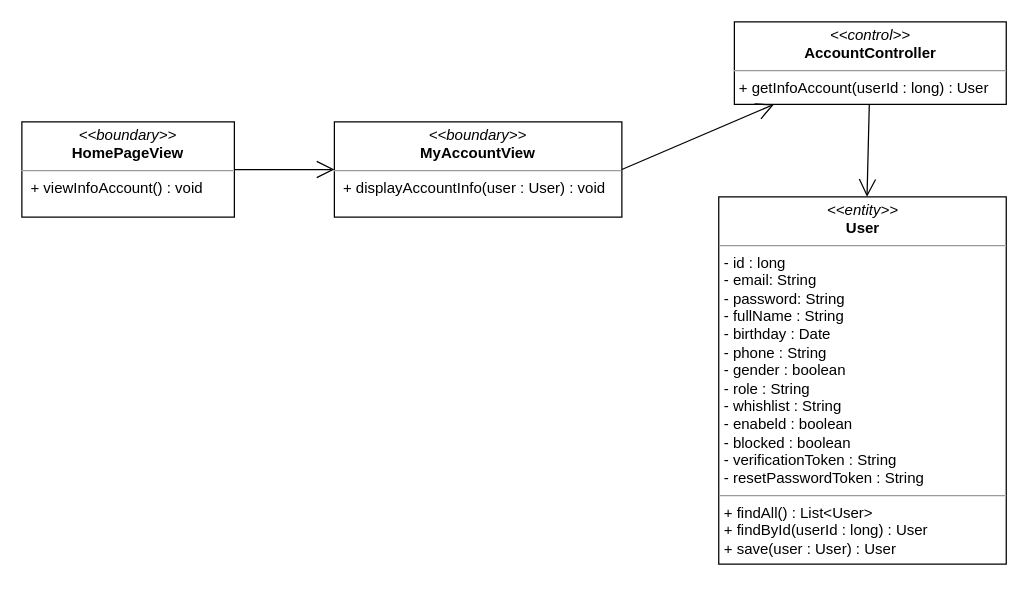
nguyenphamvan/datn_20202 keeps this draw.io diagram as class diagram/get-InfoAccount-class-diagram.drawio. Above is the earlier version. Source tidied: cells renumbered, new cells numbered last; positions are measured from the earlier drawing's top-left corner, leaving out a move shared by most shapes. Both pictures are drawn from the tidied source at 125%, with x=0, y=0 at pixel (21, 21).
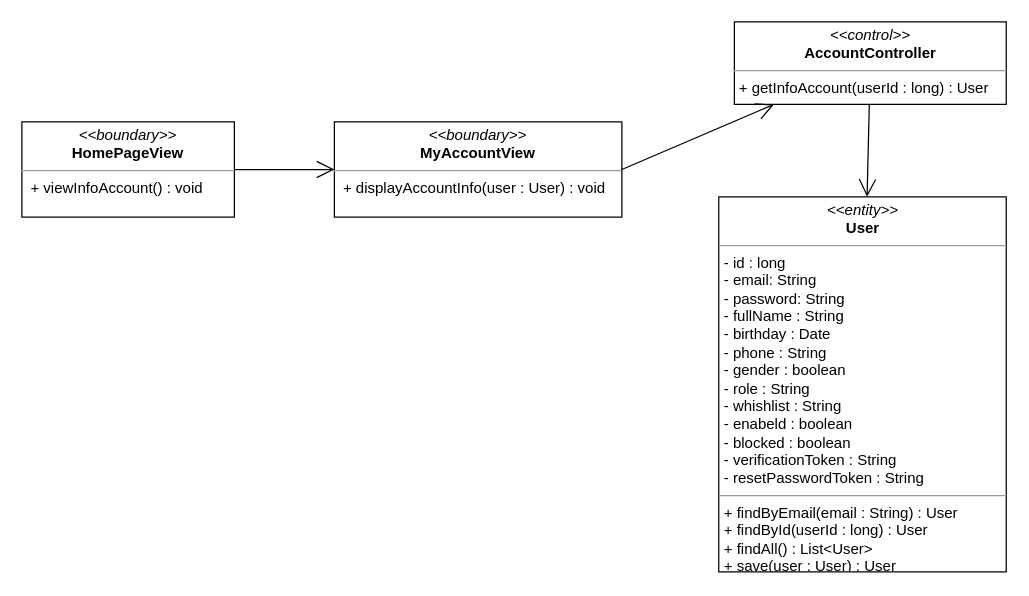
The same diagram, later.

Change to the diagram source:
```diff
@@
 <mxGraphModel>
   <root>
     <mxCell id="0" />
     <mxCell id="1" parent="0" />
     <mxCell id="2" value="&lt;p style=&quot;margin: 0px ; margin-top: 4px ; text-align: center&quot;&gt;&lt;i&gt;&amp;lt;&amp;lt;boundary&amp;gt;&amp;gt;&lt;/i&gt;&lt;br&gt;&lt;b&gt;MyAccountView&lt;/b&gt;&lt;/p&gt;&lt;hr size=&quot;1&quot;&gt;&lt;p style=&quot;margin: 0px ; margin-left: 4px&quot;&gt;&lt;span&gt;&amp;nbsp;&lt;/span&gt;&lt;span&gt;+ displayAccountInfo(user : User) : void&lt;/span&gt;&lt;/p&gt;" style="verticalAlign=top;align=left;overflow=fill;fontSize=12;fontFamily=Helvetica;html=1;" parent="1" vertex="1">
       <mxGeometry x="250" y="80" width="230" height="76.2" as="geometry" />
     </mxCell>
-    <mxCell id="3" value="&lt;p style=&quot;margin: 0px ; margin-top: 4px ; text-align: center&quot;&gt;&lt;i&gt;&amp;lt;&amp;lt;entity&amp;gt;&amp;gt;&lt;/i&gt;&lt;br&gt;&lt;b&gt;User&lt;/b&gt;&lt;/p&gt;&lt;hr size=&quot;1&quot;&gt;&lt;p style=&quot;margin: 0px ; margin-left: 4px&quot;&gt;- id : long&lt;/p&gt;&lt;p style=&quot;margin: 0px ; margin-left: 4px&quot;&gt;- email: String&lt;br&gt;- password: String&lt;/p&gt;&lt;p style=&quot;margin: 0px ; margin-left: 4px&quot;&gt;- fullName : String&lt;/p&gt;&lt;p style=&quot;margin: 0px ; margin-left: 4px&quot;&gt;- birthday : Date&lt;/p&gt;&lt;p style=&quot;margin: 0px ; margin-left: 4px&quot;&gt;- phone : String&lt;/p&gt;&lt;p style=&quot;margin: 0px ; margin-left: 4px&quot;&gt;- gender : boolean&lt;/p&gt;&lt;p style=&quot;margin: 0px ; margin-left: 4px&quot;&gt;- role : String&lt;/p&gt;&lt;p style=&quot;margin: 0px ; margin-left: 4px&quot;&gt;- whishlist : String&lt;/p&gt;&lt;p style=&quot;margin: 0px ; margin-left: 4px&quot;&gt;- enabeld : boolean&lt;/p&gt;&lt;p style=&quot;margin: 0px ; margin-left: 4px&quot;&gt;- blocked : boolean&lt;/p&gt;&lt;p style=&quot;margin: 0px ; margin-left: 4px&quot;&gt;- verificationToken : String&lt;/p&gt;&lt;p style=&quot;margin: 0px ; margin-left: 4px&quot;&gt;- resetPasswordToken : String&lt;/p&gt;&lt;hr size=&quot;1&quot;&gt;&lt;p style=&quot;margin: 0px ; margin-left: 4px&quot;&gt;+ findAll() : List&amp;lt;User&amp;gt;&lt;/p&gt;&lt;p style=&quot;margin: 0px ; margin-left: 4px&quot;&gt;+ findById(userId : long) : User&lt;/p&gt;&lt;p style=&quot;margin: 0px ; margin-left: 4px&quot;&gt;+ save(user : User) : User&lt;/p&gt;" style="verticalAlign=top;align=left;overflow=fill;fontSize=12;fontFamily=Helvetica;html=1;" parent="1" vertex="1">
-      <mxGeometry x="557.5" y="140" width="230" height="293.8" as="geometry" />
+    <mxCell id="3" value="&lt;p style=&quot;margin: 0px ; margin-top: 4px ; text-align: center&quot;&gt;&lt;i&gt;&amp;lt;&amp;lt;entity&amp;gt;&amp;gt;&lt;/i&gt;&lt;br&gt;&lt;b&gt;User&lt;/b&gt;&lt;/p&gt;&lt;hr size=&quot;1&quot;&gt;&lt;p style=&quot;margin: 0px ; margin-left: 4px&quot;&gt;- id : long&lt;/p&gt;&lt;p style=&quot;margin: 0px ; margin-left: 4px&quot;&gt;- email: String&lt;br&gt;- password: String&lt;/p&gt;&lt;p style=&quot;margin: 0px ; margin-left: 4px&quot;&gt;- fullName : String&lt;/p&gt;&lt;p style=&quot;margin: 0px ; margin-left: 4px&quot;&gt;- birthday : Date&lt;/p&gt;&lt;p style=&quot;margin: 0px ; margin-left: 4px&quot;&gt;- phone : String&lt;/p&gt;&lt;p style=&quot;margin: 0px ; margin-left: 4px&quot;&gt;- gender : boolean&lt;/p&gt;&lt;p style=&quot;margin: 0px ; margin-left: 4px&quot;&gt;- role : String&lt;/p&gt;&lt;p style=&quot;margin: 0px ; margin-left: 4px&quot;&gt;- whishlist : String&lt;/p&gt;&lt;p style=&quot;margin: 0px ; margin-left: 4px&quot;&gt;- enabeld : boolean&lt;/p&gt;&lt;p style=&quot;margin: 0px ; margin-left: 4px&quot;&gt;- blocked : boolean&lt;/p&gt;&lt;p style=&quot;margin: 0px ; margin-left: 4px&quot;&gt;- verificationToken : String&lt;/p&gt;&lt;p style=&quot;margin: 0px ; margin-left: 4px&quot;&gt;- resetPasswordToken : String&lt;/p&gt;&lt;hr size=&quot;1&quot;&gt;&lt;p style=&quot;margin: 0px 0px 0px 4px&quot;&gt;+ findByEmail(email : String) : User&amp;nbsp;&lt;/p&gt;&lt;p style=&quot;margin: 0px 0px 0px 4px&quot;&gt;+ findById(userId : long) : User&lt;/p&gt;&lt;p style=&quot;margin: 0px 0px 0px 4px&quot;&gt;+ findAll() : List&amp;lt;User&amp;gt;&lt;/p&gt;&lt;p style=&quot;margin: 0px 0px 0px 4px&quot;&gt;+ save(user : User) : User&lt;/p&gt;" style="verticalAlign=top;align=left;overflow=fill;fontSize=12;fontFamily=Helvetica;html=1;" parent="1" vertex="1">
+      <mxGeometry x="557.5" y="140" width="230" height="300" as="geometry" />
     </mxCell>
     <mxCell id="4" value="&lt;p style=&quot;margin: 0px ; margin-top: 4px ; text-align: center&quot;&gt;&lt;i&gt;&amp;lt;&amp;lt;control&amp;gt;&amp;gt;&lt;/i&gt;&lt;br&gt;&lt;b&gt;AccountController&lt;/b&gt;&lt;br&gt;&lt;/p&gt;&lt;hr size=&quot;1&quot;&gt;&lt;p style=&quot;margin: 0px ; margin-left: 4px&quot;&gt;&lt;span&gt;+ getInfoAccount(userId : long) : User&lt;/span&gt;&lt;br&gt;&lt;/p&gt;" style="verticalAlign=top;align=left;overflow=fill;fontSize=12;fontFamily=Helvetica;html=1;" parent="1" vertex="1">
       <mxGeometry x="570" width="217.5" height="66" as="geometry" />
     </mxCell>
     <mxCell id="5" style="endArrow=open;endFill=1;endSize=12;html=1;exitX=1;exitY=0.5;exitDx=0;exitDy=0;" parent="1" edge="1" source="2" target="4">
       <mxGeometry relative="1" as="geometry" />
     </mxCell>
     <mxCell id="6" style="endArrow=open;endFill=1;endSize=12;html=1;" parent="1" edge="1" source="4" target="3">
       <mxGeometry relative="1" as="geometry" />
     </mxCell>
     <mxCell id="7" value="&lt;p style=&quot;margin: 0px ; margin-top: 4px ; text-align: center&quot;&gt;&lt;i&gt;&amp;lt;&amp;lt;boundary&amp;gt;&amp;gt;&lt;/i&gt;&lt;br&gt;&lt;b&gt;HomePageView&lt;/b&gt;&lt;/p&gt;&lt;hr size=&quot;1&quot;&gt;&lt;p style=&quot;margin: 0px ; margin-left: 4px&quot;&gt;&lt;span&gt;&amp;nbsp;&lt;/span&gt;&lt;span&gt;+ viewInfoAccount() : void&lt;/span&gt;&lt;/p&gt;" style="verticalAlign=top;align=left;overflow=fill;fontSize=12;fontFamily=Helvetica;html=1;" parent="1" vertex="1">
       <mxGeometry y="80" width="170" height="76.2" as="geometry" />
     </mxCell>
     <mxCell id="8" style="endArrow=open;endFill=1;endSize=12;html=1;" parent="1" edge="1" source="7" target="2">
       <mxGeometry relative="1" as="geometry" />
     </mxCell>
   </root>
 </mxGraphModel>
```
